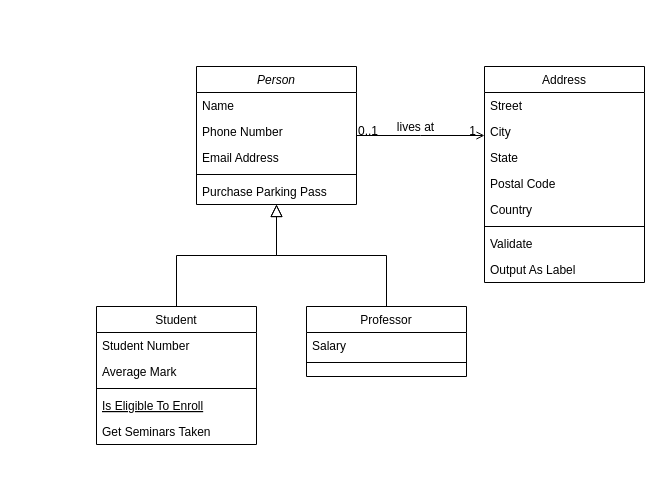
The draw.io diagram TugasOOP5/Untitled Diagram.drawio in riooorante/LABOOP_2023, before the edit. Source tidied: cells renumbered, new cells numbered last; positions are measured from the earlier drawing's top-left corner, leaving out a move shared by most shapes. Both pictures are drawn from the tidied source at 100%, with x=0, y=0 at pixel (96, 66).
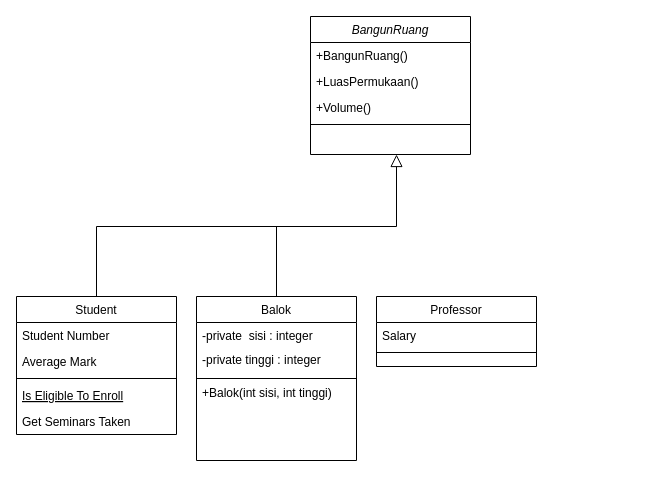
Above is the later version.

Diff of the diagram source:
```diff
@@
-    <mxCell id="2" value="Person" style="swimlane;fontStyle=2;align=center;verticalAlign=top;horizontal=1;startSize=26;rounded=0;shadow=0;strokeWidth=1;" parent="1" vertex="1">
-      <mxGeometry x="100" width="160" height="138" as="geometry" />
+    <mxCell id="2" value="BangunRuang" style="swimlane;fontStyle=2;align=center;verticalAlign=top;horizontal=1;startSize=26;rounded=0;shadow=0;strokeWidth=1;" parent="1" vertex="1">
+      <mxGeometry x="214" y="-50" width="160" height="138" as="geometry" />
     </mxCell>
-    <mxCell id="3" value="Name" style="text;align=left;verticalAlign=top;spacingLeft=4;spacingRight=4;overflow=hidden;" parent="2" vertex="1">
+    <mxCell id="3" value="+BangunRuang()" style="text;align=left;verticalAlign=top;spacingLeft=4;spacingRight=4;overflow=hidden;" parent="2" vertex="1">
       <mxGeometry y="26" width="160" height="26" as="geometry" />
     </mxCell>
+    <mxCell id="5" value="+LuasPermukaan()" style="text;align=left;verticalAlign=top;spacingLeft=4;spacingRight=4;overflow=hidden;rounded=0;shadow=0;html=0;" parent="2" vertex="1">
+      <mxGeometry y="52" width="160" height="26" as="geometry" />
+    </mxCell>
-    <mxCell id="4" value="Phone Number" style="text;align=left;verticalAlign=top;spacingLeft=4;spacingRight=4;overflow=hidden;rounded=0;shadow=0;html=0;" parent="2" vertex="1">
-      <mxGeometry y="52" width="160" height="26" as="geometry" />
+    <mxCell id="4" value="+Volume()" style="text;align=left;verticalAlign=top;spacingLeft=4;spacingRight=4;overflow=hidden;rounded=0;shadow=0;html=0;" parent="2" vertex="1">
+      <mxGeometry y="78" width="160" height="26" as="geometry" />
     </mxCell>
-    <mxCell id="5" value="Email Address" style="text;align=left;verticalAlign=top;spacingLeft=4;spacingRight=4;overflow=hidden;rounded=0;shadow=0;html=0;" parent="2" vertex="1">
-      <mxGeometry y="78" width="160" height="26" as="geometry" />
-    </mxCell>
@@
-    <mxCell id="7" value="Purchase Parking Pass" style="text;align=left;verticalAlign=top;spacingLeft=4;spacingRight=4;overflow=hidden;" parent="2" vertex="1">
-      <mxGeometry y="112" width="160" height="26" as="geometry" />
-    </mxCell>
     <mxCell id="8" value="Student" style="swimlane;fontStyle=0;align=center;verticalAlign=top;horizontal=1;startSize=26;rounded=0;shadow=0;strokeWidth=1;" parent="1" vertex="1">
-      <mxGeometry y="240" width="160" height="138" as="geometry" />
+      <mxGeometry x="-80" y="230" width="160" height="138" as="geometry" />
     </mxCell>
@@
     <mxCell id="14" style="endArrow=block;endSize=10;endFill=0;shadow=0;strokeWidth=1;rounded=0;edgeStyle=elbowEdgeStyle;elbow=vertical;" parent="1" edge="1" source="8" target="2">
-      <mxGeometry relative="1" as="geometry" />
+      <mxGeometry relative="1" as="geometry">
+        <Array as="points">
+          <mxPoint x="300" y="160" />
+        </Array>
+      </mxGeometry>
     </mxCell>
-    <mxCell id="15" value="Professor" style="swimlane;fontStyle=0;align=center;verticalAlign=top;horizontal=1;startSize=26;rounded=0;shadow=0;strokeWidth=1;" parent="1" vertex="1">
-      <mxGeometry x="210" y="240" width="160" height="70" as="geometry" />
+    <mxCell id="15" value="Balok" style="swimlane;fontStyle=0;align=center;verticalAlign=top;horizontal=1;startSize=26;rounded=0;shadow=0;strokeWidth=1;" parent="1" vertex="1">
+      <mxGeometry x="100" y="230" width="160" height="164" as="geometry" />
     </mxCell>
-    <mxCell id="16" value="Salary" style="text;align=left;verticalAlign=top;spacingLeft=4;spacingRight=4;overflow=hidden;" parent="15" vertex="1">
-      <mxGeometry y="26" width="160" height="26" as="geometry" />
+    <mxCell id="16" value="-private  sisi : integer&#10;" style="text;align=left;verticalAlign=top;spacingLeft=4;spacingRight=4;overflow=hidden;" parent="15" vertex="1">
+      <mxGeometry y="26" width="160" height="24" as="geometry" />
     </mxCell>
+    <mxCell id="32" value="-private tinggi : integer" style="text;align=left;verticalAlign=top;spacingLeft=4;spacingRight=4;overflow=hidden;" parent="15" vertex="1">
+      <mxGeometry y="50" width="160" height="24" as="geometry" />
+    </mxCell>
     <mxCell id="17" style="line;html=1;strokeWidth=1;align=left;verticalAlign=middle;spacingTop=-1;spacingLeft=3;spacingRight=3;labelPosition=right;" parent="15" vertex="1">
-      <mxGeometry y="52" width="160" height="8" as="geometry" />
+      <mxGeometry y="74" width="160" height="16" as="geometry" />
     </mxCell>
-    <mxCell id="18" style="endArrow=block;endSize=10;endFill=0;shadow=0;strokeWidth=1;rounded=0;edgeStyle=elbowEdgeStyle;elbow=vertical;" parent="1" edge="1" source="15" target="2">
-      <mxGeometry relative="1" as="geometry" />
-    </mxCell>
-    <mxCell id="19" value="Address" style="swimlane;fontStyle=0;align=center;verticalAlign=top;horizontal=1;startSize=26;rounded=0;shadow=0;strokeWidth=1;" parent="1" vertex="1">
-      <mxGeometry x="388" width="160" height="216" as="geometry" />
-    </mxCell>
-    <mxCell id="20" value="Street" style="text;align=left;verticalAlign=top;spacingLeft=4;spacingRight=4;overflow=hidden;" parent="19" vertex="1">
-      <mxGeometry y="26" width="160" height="26" as="geometry" />
-    </mxCell>
-    <mxCell id="21" value="City" style="text;align=left;verticalAlign=top;spacingLeft=4;spacingRight=4;overflow=hidden;rounded=0;shadow=0;html=0;" parent="19" vertex="1">
-      <mxGeometry y="52" width="160" height="26" as="geometry" />
-    </mxCell>
-    <mxCell id="22" value="State" style="text;align=left;verticalAlign=top;spacingLeft=4;spacingRight=4;overflow=hidden;rounded=0;shadow=0;html=0;" parent="19" vertex="1">
-      <mxGeometry y="78" width="160" height="26" as="geometry" />
-    </mxCell>
-    <mxCell id="23" value="Postal Code" style="text;align=left;verticalAlign=top;spacingLeft=4;spacingRight=4;overflow=hidden;rounded=0;shadow=0;html=0;" parent="19" vertex="1">
-      <mxGeometry y="104" width="160" height="26" as="geometry" />
-    </mxCell>
-    <mxCell id="24" value="Country" style="text;align=left;verticalAlign=top;spacingLeft=4;spacingRight=4;overflow=hidden;rounded=0;shadow=0;html=0;" parent="19" vertex="1">
-      <mxGeometry y="130" width="160" height="26" as="geometry" />
-    </mxCell>
-    <mxCell id="25" style="line;html=1;strokeWidth=1;align=left;verticalAlign=middle;spacingTop=-1;spacingLeft=3;spacingRight=3;labelPosition=right;" parent="19" vertex="1">
-      <mxGeometry y="156" width="160" height="8" as="geometry" />
-    </mxCell>
-    <mxCell id="26" value="Validate" style="text;align=left;verticalAlign=top;spacingLeft=4;spacingRight=4;overflow=hidden;" parent="19" vertex="1">
-      <mxGeometry y="164" width="160" height="26" as="geometry" />
-    </mxCell>
-    <mxCell id="27" value="Output As Label" style="text;align=left;verticalAlign=top;spacingLeft=4;spacingRight=4;overflow=hidden;" parent="19" vertex="1">
-      <mxGeometry y="190" width="160" height="26" as="geometry" />
-    </mxCell>
-    <mxCell id="28" style="endArrow=open;shadow=0;strokeWidth=1;rounded=0;endFill=1;edgeStyle=elbowEdgeStyle;elbow=vertical;" parent="1" edge="1" source="2" target="19">
-      <mxGeometry x="0.5" y="41" relative="1" as="geometry">
-        <mxPoint x="-40" y="32" as="offset" />
-      </mxGeometry>
-    </mxCell>
-    <mxCell id="29" value="0..1" style="align=left;verticalAlign=bottom;labelBackgroundColor=none;fontSize=12;" parent="28" vertex="1">
-      <mxGeometry x="-1" relative="1" as="geometry">
-        <mxPoint y="4" as="offset" />
-      </mxGeometry>
-    </mxCell>
-    <mxCell id="30" value="1" style="align=right;verticalAlign=bottom;labelBackgroundColor=none;fontSize=12;" parent="28" vertex="1">
-      <mxGeometry x="1" relative="1" as="geometry">
-        <mxPoint x="-7" y="4" as="offset" />
-      </mxGeometry>
-    </mxCell>
-    <mxCell id="31" value="lives at" style="text;html=1;align=center;verticalAlign=middle;labelBackgroundColor=none;rounded=0;shadow=0;strokeWidth=1;fontSize=12;" parent="28" vertex="1">
-      <mxGeometry x="0.5" y="49" relative="1" as="geometry">
-        <mxPoint x="-38" y="40" as="offset" />
-      </mxGeometry>
-    </mxCell>
+    <mxCell id="33" value="Professor" style="swimlane;fontStyle=0;align=center;verticalAlign=top;horizontal=1;startSize=26;rounded=0;shadow=0;strokeWidth=1;" parent="1" vertex="1">
+      <mxGeometry x="280" y="230" width="160" height="70" as="geometry" />
+    </mxCell>
+    <mxCell id="34" value="Salary" style="text;align=left;verticalAlign=top;spacingLeft=4;spacingRight=4;overflow=hidden;" parent="33" vertex="1">
+      <mxGeometry y="26" width="160" height="26" as="geometry" />
+    </mxCell>
+    <mxCell id="35" style="line;html=1;strokeWidth=1;align=left;verticalAlign=middle;spacingTop=-1;spacingLeft=3;spacingRight=3;labelPosition=right;" parent="33" vertex="1">
+      <mxGeometry y="52" width="160" height="8" as="geometry" />
+    </mxCell>
+    <mxCell id="36" style="endArrow=none;html=1;rounded=0;exitX=0.5;exitY=0;exitDx=0;exitDy=0;" parent="1" edge="1" source="15">
+      <mxGeometry relative="1" as="geometry">
+        <mxPoint x="180" y="160" as="targetPoint" />
+      </mxGeometry>
+    </mxCell>
+    <mxCell id="37" value="+Balok(int sisi, int tinggi)" style="text;align=left;verticalAlign=top;spacingLeft=4;spacingRight=4;overflow=hidden;" parent="1" vertex="1">
+      <mxGeometry x="100" y="313" width="160" height="24" as="geometry" />
+    </mxCell>
```
